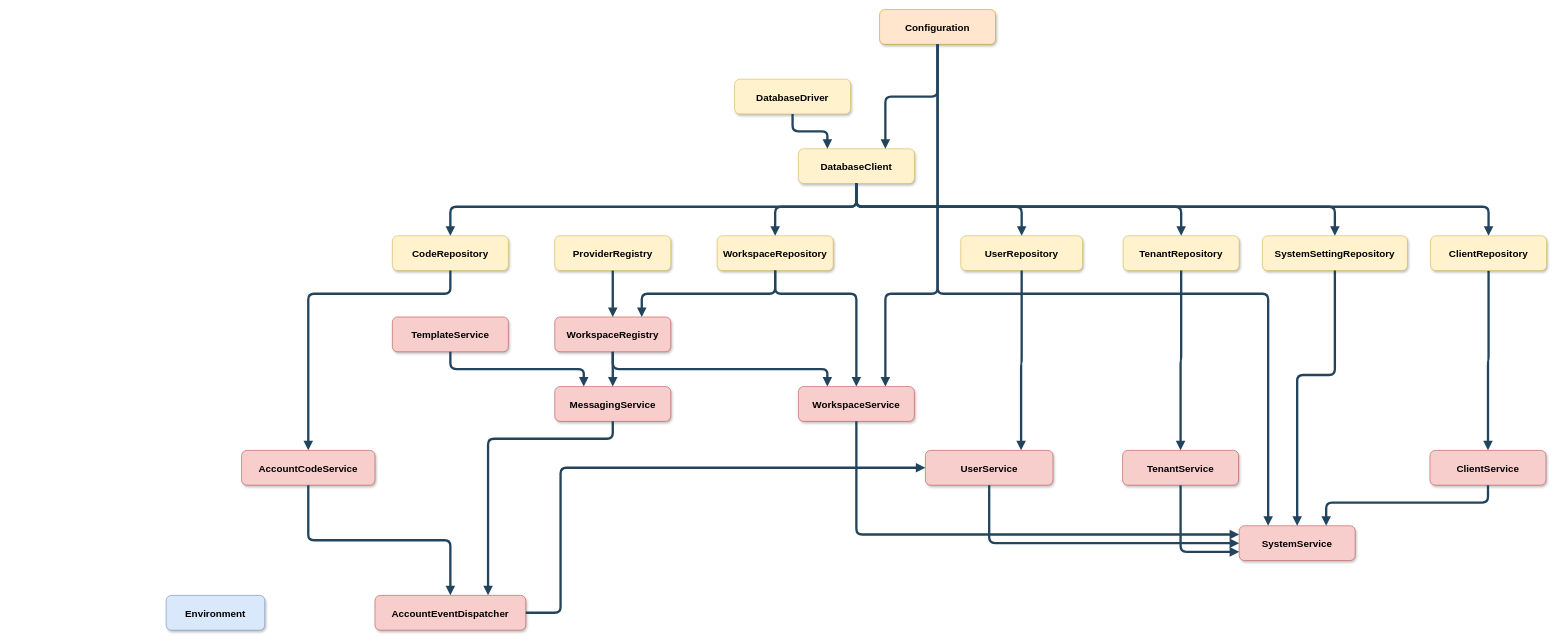
The draw.io diagram docs/dependency-graph.drawio in zcomplex/zauth, before the edit. Source tidied: cells renumbered, new cells numbered last; positions are measured from the earlier drawing's top-left corner, leaving out a move shared by most shapes. Both pictures are drawn from the tidied source at 58%, with x=0, y=0 at pixel (166, 9).
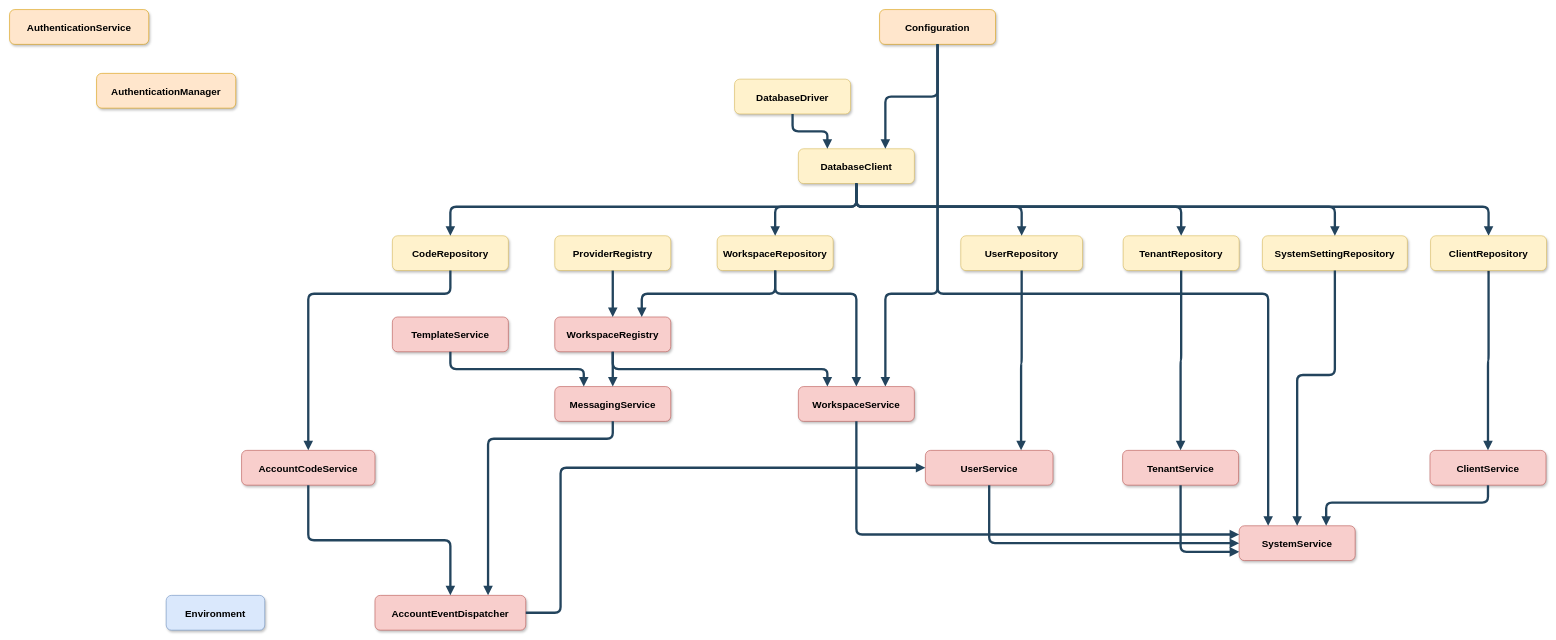
Above is the later version.

Change to the diagram source:
```diff
@@
+    <mxCell id="52" value="AuthenticationService" style="rounded=1;fillColor=#ffe6cc;strokeColor=#d79b00;shadow=1;fontStyle=1;fontSize=17;" parent="1" vertex="1">
+      <mxGeometry x="-270" width="240" height="60" as="geometry" />
+    </mxCell>
+    <mxCell id="53" value="AuthenticationManager" style="rounded=1;fillColor=#ffe6cc;strokeColor=#d79b00;shadow=1;fontStyle=1;fontSize=17;" parent="1" vertex="1">
+      <mxGeometry x="-120" y="110" width="240" height="60" as="geometry" />
+    </mxCell>
```
